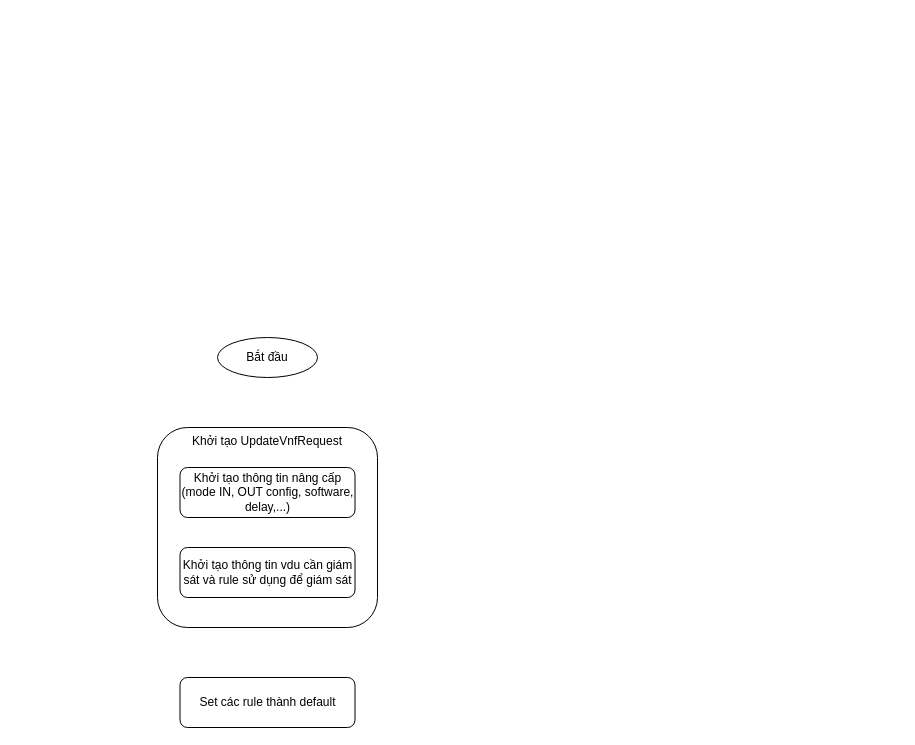
Before: page "xử lý default rule ở web MANO" (10 of 11) of monitoring update upgrade.drawio in hiep1097/drawio, a draw.io diagram. Source tidied: cells renumbered, new cells numbered last; positions are measured from the earlier drawing's top-left corner, leaving out a move shared by most shapes. Both pictures are drawn from the tidied source at 100%, with x=0, y=0 at pixel (157, 337).
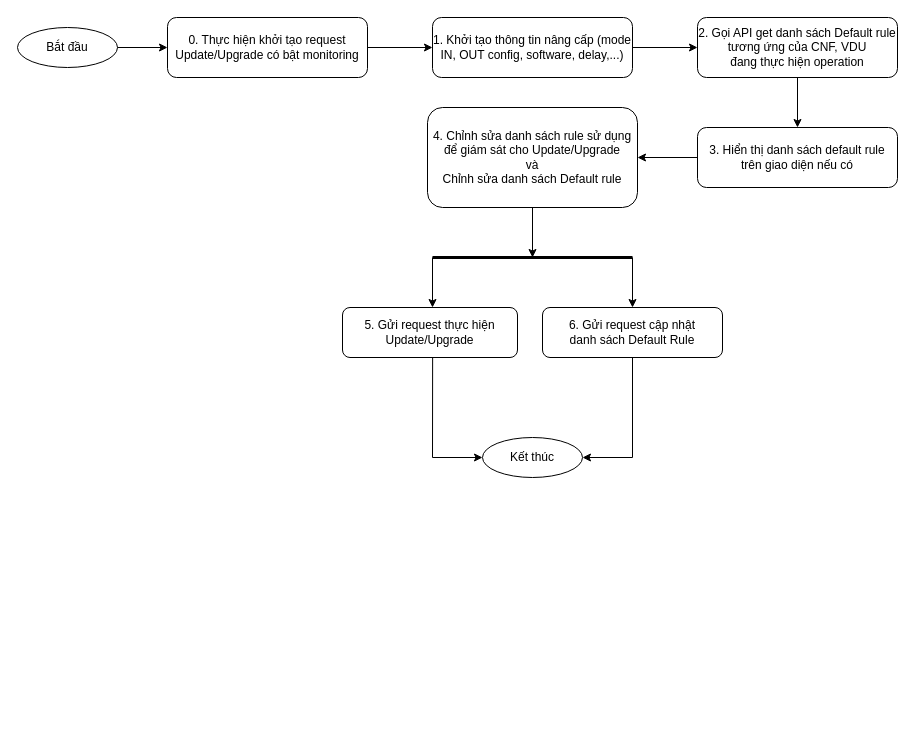
The same page after the edit.

Commit message:
Cập nhật monitoring update upgrade.drawio

Diff of the diagram source:
```diff
@@
-    <mxCell id="2" value="Khởi tạo UpdateVnfRequest" style="rounded=1;whiteSpace=wrap;html=1;verticalAlign=top;" parent="1" vertex="1">
-      <mxGeometry y="90" width="220" height="200" as="geometry" />
-    </mxCell>
     <mxCell id="3" value="Bắt đầu" style="ellipse;whiteSpace=wrap;html=1;" parent="1" vertex="1">
-      <mxGeometry x="60" width="100" height="40" as="geometry" />
+      <mxGeometry x="-140" y="-310" width="100" height="40" as="geometry" />
     </mxCell>
-    <mxCell id="4" value="Khởi tạo thông tin nâng cấp (mode IN, OUT config, software, delay,...)" style="rounded=1;whiteSpace=wrap;html=1;" parent="1" vertex="1">
-      <mxGeometry x="22.5" y="130" width="175" height="50" as="geometry" />
+    <mxCell id="4" value="1. Khởi tạo thông tin nâng cấp (mode IN, OUT config, software, delay,...)" style="rounded=1;whiteSpace=wrap;html=1;" parent="1" vertex="1">
+      <mxGeometry x="275" y="-320" width="200" height="60" as="geometry" />
     </mxCell>
-    <mxCell id="5" value="Khởi tạo thông tin vdu cần giám sát và rule sử dụng để giám sát" style="rounded=1;whiteSpace=wrap;html=1;" parent="1" vertex="1">
-      <mxGeometry x="22.5" y="210" width="175" height="50" as="geometry" />
-    </mxCell>
-    <mxCell id="6" value="Set các rule thành default" style="rounded=1;whiteSpace=wrap;html=1;" parent="1" vertex="1">
-      <mxGeometry x="22.5" y="340" width="175" height="50" as="geometry" />
-    </mxCell>
+    <mxCell id="7" style="endArrow=classic;html=1;rounded=0;" parent="1" edge="1" source="3" target="17">
+      <mxGeometry relative="1" as="geometry" />
+    </mxCell>
+    <mxCell id="8" style="endArrow=classic;html=1;rounded=0;" parent="1" edge="1" source="20">
+      <mxGeometry relative="1" as="geometry">
+        <mxPoint x="375" y="-80" as="targetPoint" />
+      </mxGeometry>
+    </mxCell>
+    <mxCell id="9" style="endArrow=none;html=1;rounded=0;fontStyle=0;strokeWidth=3;" parent="1" edge="1">
+      <mxGeometry relative="1" as="geometry">
+        <mxPoint x="275" y="-80" as="sourcePoint" />
+        <mxPoint x="475" y="-80" as="targetPoint" />
+      </mxGeometry>
+    </mxCell>
+    <mxCell id="10" style="endArrow=classic;html=1;rounded=0;" parent="1" edge="1">
+      <mxGeometry relative="1" as="geometry">
+        <mxPoint x="275" y="-80" as="sourcePoint" />
+        <mxPoint x="275" y="-30" as="targetPoint" />
+      </mxGeometry>
+    </mxCell>
+    <mxCell id="11" style="endArrow=classic;html=1;rounded=0;" parent="1" edge="1" target="13">
+      <mxGeometry relative="1" as="geometry">
+        <mxPoint x="475" y="-80" as="sourcePoint" />
+      </mxGeometry>
+    </mxCell>
+    <mxCell id="12" value="5. Gửi request thực hiện Update/Upgrade" style="rounded=1;whiteSpace=wrap;html=1;" parent="1" vertex="1">
+      <mxGeometry x="185" y="-30" width="175" height="50" as="geometry" />
+    </mxCell>
+    <mxCell id="13" value="6. Gửi request cập nhật &lt;br&gt;danh sách Default Rule" style="rounded=1;whiteSpace=wrap;html=1;" parent="1" vertex="1">
+      <mxGeometry x="385" y="-30" width="180" height="50" as="geometry" />
+    </mxCell>
+    <mxCell id="14" value="Kết thúc" style="ellipse;whiteSpace=wrap;html=1;" parent="1" vertex="1">
+      <mxGeometry x="325" y="100" width="100" height="40" as="geometry" />
+    </mxCell>
+    <mxCell id="15" style="endArrow=classic;html=1;rounded=0;exitX=0.515;exitY=0.992;exitDx=0;exitDy=0;exitPerimeter=0;" parent="1" edge="1" source="12" target="14">
+      <mxGeometry relative="1" as="geometry">
+        <Array as="points">
+          <mxPoint x="275" y="120" />
+        </Array>
+      </mxGeometry>
+    </mxCell>
+    <mxCell id="16" style="endArrow=classic;html=1;rounded=0;" parent="1" edge="1" source="13" target="14">
+      <mxGeometry relative="1" as="geometry">
+        <Array as="points">
+          <mxPoint x="475" y="120" />
+        </Array>
+      </mxGeometry>
+    </mxCell>
+    <mxCell id="17" value="0. Thực hiện khởi tạo request Update/Upgrade có bật monitoring" style="rounded=1;whiteSpace=wrap;html=1;" parent="1" vertex="1">
+      <mxGeometry x="10" y="-320" width="200" height="60" as="geometry" />
+    </mxCell>
+    <mxCell id="18" value="2. Gọi API get danh sách Default rule tương ứng của CNF, VDU &lt;br&gt;đang thực hiện operation" style="rounded=1;whiteSpace=wrap;html=1;" parent="1" vertex="1">
+      <mxGeometry x="540" y="-320" width="200" height="60" as="geometry" />
+    </mxCell>
+    <mxCell id="19" value="3. Hiển thị danh sách default rule trên giao diện nếu có" style="rounded=1;whiteSpace=wrap;html=1;" parent="1" vertex="1">
+      <mxGeometry x="540" y="-210" width="200" height="60" as="geometry" />
+    </mxCell>
+    <mxCell id="20" value="4. Chỉnh sửa danh sách rule sử dụng để giám sát cho Update/Upgrade &lt;br&gt;và &lt;br&gt;Chỉnh sửa danh sách Default rule" style="rounded=1;whiteSpace=wrap;html=1;" parent="1" vertex="1">
+      <mxGeometry x="270" y="-230" width="210" height="100" as="geometry" />
+    </mxCell>
+    <mxCell id="21" style="endArrow=classic;html=1;rounded=0;" parent="1" edge="1" source="4" target="18">
+      <mxGeometry relative="1" as="geometry" />
+    </mxCell>
+    <mxCell id="22" style="endArrow=classic;html=1;rounded=0;" parent="1" edge="1" source="18" target="19">
+      <mxGeometry relative="1" as="geometry" />
+    </mxCell>
+    <mxCell id="23" style="endArrow=classic;html=1;rounded=0;" parent="1" edge="1" source="19" target="20">
+      <mxGeometry relative="1" as="geometry" />
+    </mxCell>
+    <mxCell id="24" style="endArrow=classic;html=1;rounded=0;" parent="1" edge="1" source="17" target="4">
+      <mxGeometry relative="1" as="geometry" />
+    </mxCell>
```
